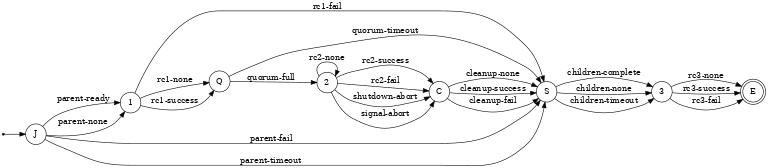
Above: src/broker/doc/states.png in flux-framework/flux-core (Graphviz), before the change. Its source is kept beside it as src/broker/doc/states.dot.
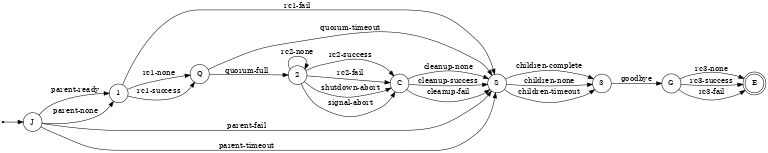
After the commit.

Commit message:
broker: add GOODBYE state

Change to the diagram source:
```diff
@@ -28,7 +28,8 @@
     S -> 3 [ label = "children-complete" ];
     S -> 3 [ label = "children-none" ];
     S -> 3 [ label = "children-timeout" ];
-    3 -> E [ label = "rc3-none" ];
-    3 -> E [ label = "rc3-success" ];
-    3 -> E [ label = "rc3-fail" ];
+    3 -> G [ label = "goodbye" ];
+    G -> E [ label = "rc3-none" ];
+    G -> E [ label = "rc3-success" ];
+    G -> E [ label = "rc3-fail" ];
 }
```
